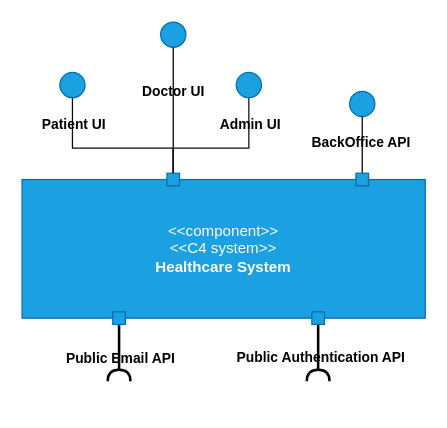
The draw.io diagram docs/sprint-1/team-decisions/views/logical-view/healthcare_system_vl1.drawio in rita-barbosa/LAPR5-2425, before the edit. Source tidied: cells renumbered, new cells numbered last; positions are measured from the earlier drawing's top-left corner, leaving out a move shared by most shapes. Both pictures are drawn from the tidied source at 126%, with x=0, y=0 at pixel (21, 21).
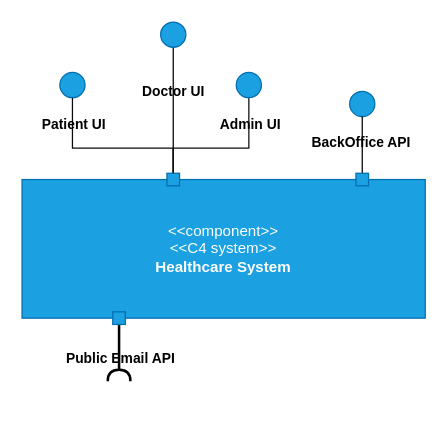
After the change.

The edit, as a diff of the source:
```diff
@@
-    <mxCell id="19" style="group;rotation=-180;" parent="1" vertex="1">
-      <mxGeometry x="180" y="230" width="20" height="75" as="geometry" />
-    </mxCell>
-    <mxCell id="20" style="edgeStyle=orthogonalEdgeStyle;rounded=0;orthogonalLoop=1;jettySize=auto;html=1;entryX=0.5;entryY=0;entryDx=0;entryDy=0;endArrow=none;endFill=0;fontColor=#000000;strokeColor=#000000;startArrow=halfCircle;startFill=0;strokeWidth=2;" parent="19" edge="1">
-      <mxGeometry relative="1" as="geometry">
-        <mxPoint x="55" y="55" as="sourcePoint" />
-        <mxPoint x="55" y="10" as="targetPoint" />
-      </mxGeometry>
-    </mxCell>
-    <mxCell id="21" value="Public Authentication API" style="edgeLabel;html=1;align=center;verticalAlign=middle;labelBackgroundColor=none;fontStyle=1;" parent="20" vertex="1">
-      <mxGeometry x="-0.09" y="-1" relative="1" as="geometry" />
-    </mxCell>
-    <mxCell id="22" style="rounded=0;whiteSpace=wrap;html=1;fillColor=#1ba1e2;fontColor=#ffffff;strokeColor=#006EAF;rotation=-180;" parent="19" vertex="1">
-      <mxGeometry x="50" width="10" height="10" as="geometry" />
-    </mxCell>
```
